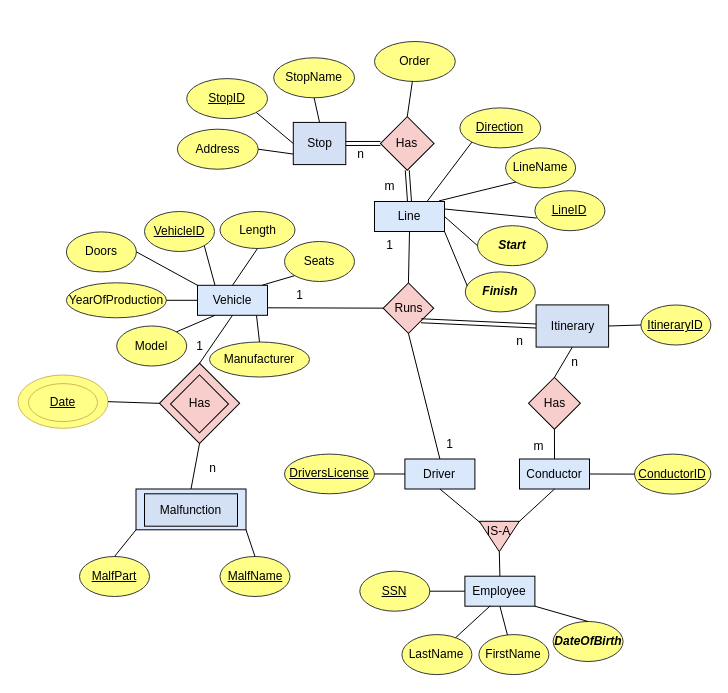
Earlier version of the draw.io diagram Untitled Diagram.drawio (kotsos2000/kotsos2000). Source tidied: cells renumbered, new cells numbered last; positions are measured from the earlier drawing's top-left corner, leaving out a move shared by most shapes. Both pictures are drawn from the tidied source at 100%, with x=0, y=0 at pixel (18, 41).
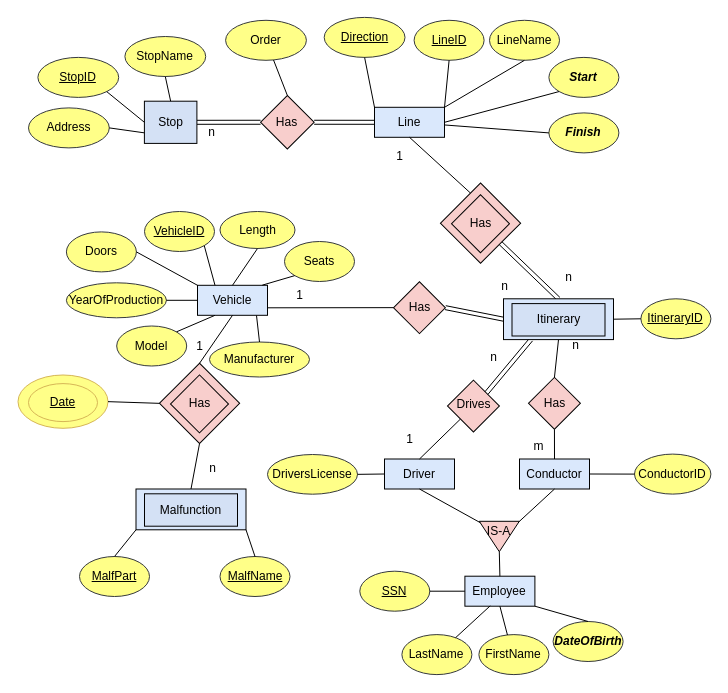
The same diagram, later.

Unchanged cells that the change refers to:
```xml
<mxCell id="5" value="&lt;div&gt;Vehicle&lt;/div&gt;" style="rounded=0;whiteSpace=wrap;html=1;fillColor=#dae8fc;strokeColor=default;" parent="1" vertex="1">
  <mxGeometry x="179" y="243.8" width="70" height="30" as="geometry" />
</mxCell>
<mxCell id="87" style="whiteSpace=wrap;html=1;fillColor=#f8cecc;rotation=45;strokeColor=default;" parent="1" vertex="1">
  <mxGeometry x="517.6" y="343.5" width="36.7" height="36.7" as="geometry" />
</mxCell>
```

What changed in the source:
```diff
@@
     <mxCell id="6" value="&lt;div&gt;Driver&lt;/div&gt;" style="rounded=0;whiteSpace=wrap;html=1;fillColor=#dae8fc;strokeColor=default;" parent="1" vertex="1">
-      <mxGeometry x="386.4" y="417.5" width="70" height="30" as="geometry" />
+      <mxGeometry x="366" y="417.5" width="70" height="30" as="geometry" />
     </mxCell>
     <mxCell id="7" value="&lt;div&gt;Line&lt;/div&gt;" style="rounded=0;whiteSpace=wrap;html=1;fillColor=#dae8fc;strokeColor=default;" parent="1" vertex="1">
-      <mxGeometry x="356" y="160" width="70" height="30" as="geometry" />
+      <mxGeometry x="356" y="65.8" width="70" height="30" as="geometry" />
     </mxCell>
@@
     <mxCell id="9" value="n" style="text;html=1;align=center;verticalAlign=middle;strokeColor=none;fillColor=none;" parent="1" vertex="1">
-      <mxGeometry x="327.2" y="97.7" width="30" height="30" as="geometry" />
+      <mxGeometry x="178.4" y="76.4" width="30" height="30" as="geometry" />
     </mxCell>
-    <mxCell id="10" value="m" style="text;html=1;align=center;verticalAlign=middle;strokeColor=none;fillColor=none;" parent="1" vertex="1">
-      <mxGeometry x="356.4" y="130" width="30" height="30" as="geometry" />
-    </mxCell>
-    <mxCell id="11" value="Itinerary" style="rounded=0;whiteSpace=wrap;html=1;fillColor=#D4E1F5;" parent="1" vertex="1">
-      <mxGeometry x="517.6" y="263.4" width="72.5" height="42.2" as="geometry" />
-    </mxCell>
@@
     <mxCell id="13" value="Stop" style="rounded=0;whiteSpace=wrap;html=1;fillColor=#D4E1F5;" parent="1" vertex="1">
-      <mxGeometry x="274.8" y="80.9" width="52.5" height="42.2" as="geometry" />
+      <mxGeometry x="125.9" y="59.7" width="52.5" height="42.2" as="geometry" />
     </mxCell>
-    <mxCell id="14" style="whiteSpace=wrap;html=1;fillColor=#f8cecc;rotation=45;strokeColor=default;" parent="1" vertex="1">
-      <mxGeometry x="372.1" y="248.8" width="35.7" height="35.7" as="geometry" />
-    </mxCell>
-    <mxCell id="15" value="Runs" style="text;html=1;align=center;verticalAlign=middle;strokeColor=none;fillColor=none;" parent="1" vertex="1">
-      <mxGeometry x="365" y="251.6" width="50" height="30" as="geometry" />
-    </mxCell>
     <mxCell id="16" style="whiteSpace=wrap;html=1;fillColor=#f8cecc;rotation=45;strokeColor=default;" parent="1" vertex="1">
-      <mxGeometry x="369.8" y="83" width="37.9" height="37.9" as="geometry" />
+      <mxGeometry x="249.9" y="61.8" width="37.9" height="37.9" as="geometry" />
     </mxCell>
     <mxCell id="17" value="Has" style="text;html=1;align=center;verticalAlign=middle;strokeColor=none;fillColor=none;" parent="1" vertex="1">
-      <mxGeometry x="367.8" y="87" width="40" height="30" as="geometry" />
+      <mxGeometry x="247.9" y="65.8" width="40" height="30" as="geometry" />
     </mxCell>
@@
     <mxCell id="36" value="&lt;u&gt;LineID&lt;/u&gt;" style="ellipse;whiteSpace=wrap;html=1;fillColor=#ffff88;strokeColor=#36393d;" parent="1" vertex="1">
-      <mxGeometry x="516.4" y="149.2" width="70" height="40" as="geometry" />
+      <mxGeometry x="395.6" y="-21.2" width="70" height="40" as="geometry" />
     </mxCell>
-    <mxCell id="37" style="endArrow=none;html=1;rounded=0;exitX=0.025;exitY=0.683;exitDx=0;exitDy=0;exitPerimeter=0;entryX=1;entryY=0.25;entryDx=0;entryDy=0;" parent="1" edge="1" source="36" target="7">
+    <mxCell id="37" style="endArrow=none;html=1;rounded=0;exitX=0.5;exitY=1;exitDx=0;exitDy=0;entryX=1;entryY=0;entryDx=0;entryDy=0;" parent="1" edge="1" source="36" target="7">
       <mxGeometry relative="1" as="geometry" />
     </mxCell>
     <mxCell id="38" value="&lt;i&gt;&lt;b&gt;Start&lt;/b&gt;&lt;/i&gt;" style="ellipse;whiteSpace=wrap;html=1;fillColor=#ffff88;strokeColor=#36393d;" parent="1" vertex="1">
-      <mxGeometry x="459" y="184.2" width="70" height="40" as="geometry" />
+      <mxGeometry x="530.4" y="15.9" width="70" height="40" as="geometry" />
     </mxCell>
-    <mxCell id="39" style="endArrow=none;html=1;rounded=0;exitX=1;exitY=0.5;exitDx=0;exitDy=0;entryX=0;entryY=0.5;entryDx=0;entryDy=0;" parent="1" edge="1" source="7" target="38">
+    <mxCell id="39" style="endArrow=none;html=1;rounded=0;exitX=1;exitY=0.5;exitDx=0;exitDy=0;entryX=0;entryY=1;entryDx=0;entryDy=0;" parent="1" edge="1" source="7" target="38">
       <mxGeometry relative="1" as="geometry" />
     </mxCell>
     <mxCell id="40" value="&lt;i&gt;&lt;b&gt;Finish&lt;/b&gt;&lt;/i&gt;" style="ellipse;whiteSpace=wrap;html=1;fillColor=#ffff88;strokeColor=#36393d;" parent="1" vertex="1">
-      <mxGeometry x="446.8" y="230.4" width="70" height="40" as="geometry" />
+      <mxGeometry x="530.4" y="71.4" width="70" height="40" as="geometry" />
     </mxCell>
-    <mxCell id="41" style="endArrow=none;html=1;rounded=0;exitX=1;exitY=1;exitDx=0;exitDy=0;entryX=0.028;entryY=0.352;entryDx=0;entryDy=0;entryPerimeter=0;" parent="1" edge="1" source="7" target="40">
+    <mxCell id="41" style="endArrow=none;html=1;rounded=0;entryX=0;entryY=0.5;entryDx=0;entryDy=0;" parent="1" edge="1" source="7" target="40">
       <mxGeometry relative="1" as="geometry" />
     </mxCell>
     <mxCell id="42" value="Address" style="ellipse;whiteSpace=wrap;html=1;fillColor=#ffff88;strokeColor=#36393d;" parent="1" vertex="1">
-      <mxGeometry x="158.9" y="87.7" width="80.8" height="40" as="geometry" />
+      <mxGeometry x="10" y="66.4" width="80.8" height="40" as="geometry" />
     </mxCell>
@@
     <mxCell id="44" value="StopName" style="ellipse;whiteSpace=wrap;html=1;fillColor=#ffff88;strokeColor=#36393d;" parent="1" vertex="1">
-      <mxGeometry x="255.2" y="16.3" width="80.8" height="40" as="geometry" />
+      <mxGeometry x="106.4" y="-5" width="80.8" height="40" as="geometry" />
     </mxCell>
@@
     <mxCell id="46" value="LineName" style="ellipse;whiteSpace=wrap;html=1;fillColor=#ffff88;strokeColor=#36393d;" parent="1" vertex="1">
-      <mxGeometry x="487.1" y="106.4" width="70" height="40" as="geometry" />
+      <mxGeometry x="471" y="-21.2" width="70" height="40" as="geometry" />
     </mxCell>
-    <mxCell id="47" style="endArrow=none;html=1;rounded=0;exitX=0.922;exitY=-0.02;exitDx=0;exitDy=0;entryX=0;entryY=1;entryDx=0;entryDy=0;exitPerimeter=0;" parent="1" edge="1" source="7" target="46">
+    <mxCell id="47" style="endArrow=none;html=1;rounded=0;exitX=1;exitY=0;exitDx=0;exitDy=0;entryX=0.5;entryY=1;entryDx=0;entryDy=0;" parent="1" edge="1" source="7" target="46">
       <mxGeometry relative="1" as="geometry" />
     </mxCell>
-    <mxCell id="48" value="1" style="text;html=1;align=center;verticalAlign=middle;strokeColor=none;fillColor=none;" parent="1" vertex="1">
-      <mxGeometry x="356" y="189.2" width="30" height="30" as="geometry" />
-    </mxCell>
-    <mxCell id="49" value="1" style="text;html=1;align=center;verticalAlign=middle;strokeColor=none;fillColor=none;" parent="1" vertex="1">
-      <mxGeometry x="416.4" y="387.5" width="30" height="30" as="geometry" />
-    </mxCell>
@@
     <mxCell id="52" value="&lt;u&gt;StopID&lt;/u&gt;" style="ellipse;whiteSpace=wrap;html=1;fillColor=#ffff88;strokeColor=#36393d;" parent="1" vertex="1">
-      <mxGeometry x="168.2" y="37.1" width="80.8" height="40" as="geometry" />
+      <mxGeometry x="19.4" y="15.9" width="80.8" height="40" as="geometry" />
     </mxCell>
@@
     <mxCell id="54" value="&lt;u&gt;Direction&lt;/u&gt;" style="ellipse;whiteSpace=wrap;html=1;fillColor=#ffff88;strokeColor=#36393d;" parent="1" vertex="1">
-      <mxGeometry x="441.4" y="66.4" width="80.8" height="40" as="geometry" />
+      <mxGeometry x="305.7" y="-24.1" width="80.8" height="40" as="geometry" />
     </mxCell>
-    <mxCell id="55" style="endArrow=none;html=1;rounded=0;exitX=0;exitY=1;exitDx=0;exitDy=0;entryX=0.75;entryY=0;entryDx=0;entryDy=0;" parent="1" edge="1" source="54" target="7">
+    <mxCell id="55" style="endArrow=none;html=1;rounded=0;exitX=0.5;exitY=1;exitDx=0;exitDy=0;entryX=0;entryY=0;entryDx=0;entryDy=0;" parent="1" edge="1" source="54" target="7">
       <mxGeometry relative="1" as="geometry" />
     </mxCell>
     <mxCell id="56" value="Order" style="ellipse;whiteSpace=wrap;html=1;fillColor=#ffff88;strokeColor=#36393d;" parent="1" vertex="1">
-      <mxGeometry x="356" width="80.8" height="40" as="geometry" />
+      <mxGeometry x="207.1" y="-21.2" width="80.8" height="40" as="geometry" />
     </mxCell>
@@
-    <mxCell id="58" style="endArrow=none;html=1;rounded=0;exitX=1;exitY=0.75;exitDx=0;exitDy=0;entryX=0;entryY=1;entryDx=0;entryDy=0;" parent="1" edge="1" source="5" target="14">
+    <mxCell id="58" style="endArrow=none;html=1;rounded=0;exitX=1;exitY=0.75;exitDx=0;exitDy=0;entryX=0;entryY=1;entryDx=0;entryDy=0;" parent="1" edge="1" source="5" target="103">
       <mxGeometry relative="1" as="geometry" />
     </mxCell>
-    <mxCell id="59" style="endArrow=none;html=1;rounded=0;exitX=0.5;exitY=0;exitDx=0;exitDy=0;entryX=1;entryY=1;entryDx=0;entryDy=0;" parent="1" edge="1" source="6" target="14">
+    <mxCell id="59" style="endArrow=none;html=1;rounded=0;exitX=0.5;exitY=0;exitDx=0;exitDy=0;entryX=0.5;entryY=1;entryDx=0;entryDy=0;" parent="1" edge="1" source="6" target="98">
       <mxGeometry relative="1" as="geometry" />
     </mxCell>
@@
-    <mxCell id="61" style="shape=link;html=1;rounded=0;exitX=0.5;exitY=0;exitDx=0;exitDy=0;entryX=1;entryY=1;entryDx=0;entryDy=0;" parent="1" edge="1" source="7" target="16">
+    <mxCell id="61" style="shape=link;html=1;rounded=0;entryX=1;entryY=0;entryDx=0;entryDy=0;exitX=0;exitY=0.5;exitDx=0;exitDy=0;" parent="1" edge="1" source="7" target="16">
       <mxGeometry relative="1" as="geometry" />
     </mxCell>
@@
-    <mxCell id="63" style="shape=link;html=1;rounded=0;exitX=0;exitY=0.5;exitDx=0;exitDy=0;entryX=1;entryY=0.5;entryDx=0;entryDy=0;" parent="1" edge="1" source="11" target="14">
-      <mxGeometry relative="1" as="geometry" />
-    </mxCell>
     <mxCell id="64" value="&lt;u&gt;ItineraryID&lt;/u&gt;" style="ellipse;whiteSpace=wrap;html=1;fillColor=#ffff88;strokeColor=#36393d;" parent="1" vertex="1">
-      <mxGeometry x="622.4" y="263.5" width="70" height="40" as="geometry" />
+      <mxGeometry x="622.4" y="257.3" width="70" height="40" as="geometry" />
     </mxCell>
@@
     <mxCell id="67" value="n" style="text;html=1;align=center;verticalAlign=middle;strokeColor=none;fillColor=none;" parent="1" vertex="1">
-      <mxGeometry x="541" y="305.6" width="30" height="30" as="geometry" />
+      <mxGeometry x="542.2" y="289.4" width="30" height="30" as="geometry" />
     </mxCell>
@@
-    <mxCell id="83" value="&lt;u&gt;DriversLicense&lt;/u&gt;" style="ellipse;whiteSpace=wrap;html=1;fillColor=#ffff88;strokeColor=#36393d;" parent="1" vertex="1">
-      <mxGeometry x="266" y="412.6" width="90" height="39.7" as="geometry" />
+    <mxCell id="83" value="DriversLicense" style="ellipse;whiteSpace=wrap;html=1;fillColor=#ffff88;strokeColor=#36393d;" parent="1" vertex="1">
+      <mxGeometry x="249" y="413" width="90" height="39.7" as="geometry" />
     </mxCell>
@@
-    <mxCell id="85" value="&lt;u&gt;ConductorID&lt;/u&gt;" style="ellipse;whiteSpace=wrap;html=1;fillColor=#ffff88;strokeColor=#36393d;" parent="1" vertex="1">
+    <mxCell id="85" value="ConductorID" style="ellipse;whiteSpace=wrap;html=1;fillColor=#ffff88;strokeColor=#36393d;" parent="1" vertex="1">
       <mxGeometry x="616" y="412.6" width="76.4" height="40" as="geometry" />
     </mxCell>
@@
-    <mxCell id="90" style="endArrow=none;html=1;rounded=0;entryX=0.5;entryY=1;entryDx=0;entryDy=0;exitX=0;exitY=0;exitDx=0;exitDy=0;" parent="1" edge="1" source="87" target="11">
+    <mxCell id="90" style="endArrow=none;html=1;rounded=0;exitX=0;exitY=0;exitDx=0;exitDy=0;entryX=0.5;entryY=1;entryDx=0;entryDy=0;" parent="1" edge="1" source="87" target="111">
       <mxGeometry relative="1" as="geometry" />
     </mxCell>
@@
-    <mxCell id="92" value="n" style="text;html=1;align=center;verticalAlign=middle;strokeColor=none;fillColor=none;" parent="1" vertex="1">
-      <mxGeometry x="486" y="284.5" width="30" height="30" as="geometry" />
-    </mxCell>
-    <mxCell id="93" style="endArrow=none;html=1;rounded=0;exitX=0.5;exitY=1;exitDx=0;exitDy=0;entryX=0;entryY=0;entryDx=0;entryDy=0;" parent="1" edge="1" source="7" target="14">
+    <mxCell id="93" style="endArrow=none;html=1;rounded=0;exitX=0.5;exitY=1;exitDx=0;exitDy=0;entryX=0;entryY=0.25;entryDx=0;entryDy=0;" parent="1" edge="1" source="7" target="107">
       <mxGeometry relative="1" as="geometry" />
     </mxCell>
-    <mxCell id="94" style="endArrow=none;html=1;rounded=0;entryX=1;entryY=0.5;entryDx=0;entryDy=0;exitX=0;exitY=0.5;exitDx=0;exitDy=0;" parent="1" edge="1" source="64" target="11">
-      <mxGeometry relative="1" as="geometry" />
-    </mxCell>
@@
+    <mxCell id="98" style="whiteSpace=wrap;html=1;fillColor=#f8cecc;rotation=45;strokeColor=default;" parent="1" vertex="1">
+      <mxGeometry x="436.6" y="346.2" width="36.7" height="36.7" as="geometry" />
+    </mxCell>
+    <mxCell id="99" value="Drives" style="text;html=1;align=center;verticalAlign=middle;strokeColor=none;fillColor=none;" parent="1" vertex="1">
+      <mxGeometry x="425" y="347.5" width="60" height="30" as="geometry" />
+    </mxCell>
+    <mxCell id="100" value="1" style="text;html=1;align=center;verticalAlign=middle;strokeColor=none;fillColor=none;" parent="1" vertex="1">
+      <mxGeometry x="376" y="383" width="30" height="30" as="geometry" />
+    </mxCell>
+    <mxCell id="101" value="n" style="text;html=1;align=center;verticalAlign=middle;strokeColor=none;fillColor=none;" parent="1" vertex="1">
+      <mxGeometry x="460.4" y="300.6" width="30" height="30" as="geometry" />
+    </mxCell>
+    <mxCell id="102" style="shape=link;html=1;rounded=0;exitX=0.5;exitY=0;exitDx=0;exitDy=0;entryX=0.25;entryY=1;entryDx=0;entryDy=0;" parent="1" edge="1" source="98" target="111">
+      <mxGeometry relative="1" as="geometry" />
+    </mxCell>
+    <mxCell id="103" style="whiteSpace=wrap;html=1;fillColor=#f8cecc;rotation=45;strokeColor=default;" parent="1" vertex="1">
+      <mxGeometry x="382.6" y="247.8" width="36.7" height="36.7" as="geometry" />
+    </mxCell>
+    <mxCell id="104" value="Has" style="text;html=1;align=center;verticalAlign=middle;strokeColor=none;fillColor=none;" parent="1" vertex="1">
+      <mxGeometry x="381" y="251.1" width="40" height="30" as="geometry" />
+    </mxCell>
+    <mxCell id="105" value="n" style="text;html=1;align=center;verticalAlign=middle;strokeColor=none;fillColor=none;" parent="1" vertex="1">
+      <mxGeometry x="471" y="230.4" width="30" height="30" as="geometry" />
+    </mxCell>
+    <mxCell id="106" style="shape=link;html=1;rounded=0;exitX=1;exitY=0;exitDx=0;exitDy=0;entryX=0;entryY=0.5;entryDx=0;entryDy=0;" parent="1" edge="1" source="103" target="111">
+      <mxGeometry relative="1" as="geometry" />
+    </mxCell>
+    <mxCell id="107" style="whiteSpace=wrap;html=1;fillColor=#f8cecc;rotation=45;strokeColor=default;" parent="1" vertex="1">
+      <mxGeometry x="433.7" y="153.3" width="56.7" height="56.7" as="geometry" />
+    </mxCell>
+    <mxCell id="108" style="whiteSpace=wrap;html=1;fillColor=#f8cecc;rotation=45;strokeColor=default;" parent="1" vertex="1">
+      <mxGeometry x="441.5" y="161.8" width="41" height="41" as="geometry" />
+    </mxCell>
+    <mxCell id="109" value="Has" style="text;html=1;align=center;verticalAlign=middle;strokeColor=none;fillColor=none;" parent="1" vertex="1">
+      <mxGeometry x="441.5" y="166.7" width="40" height="30" as="geometry" />
+    </mxCell>
+    <mxCell id="110" style="shape=link;html=1;rounded=0;exitX=1;exitY=0.5;exitDx=0;exitDy=0;entryX=0.5;entryY=0;entryDx=0;entryDy=0;" parent="1" edge="1" source="107" target="111">
+      <mxGeometry relative="1" as="geometry" />
+    </mxCell>
+    <mxCell id="111" style="rounded=0;whiteSpace=wrap;html=1;fillColor=#dae8fc;strokeColor=default;" parent="1" vertex="1">
+      <mxGeometry x="485" y="257.3" width="110" height="40.8" as="geometry" />
+    </mxCell>
+    <mxCell id="11" value="Itinerary" style="rounded=0;whiteSpace=wrap;html=1;fillColor=#D4E1F5;" parent="1" vertex="1">
+      <mxGeometry x="493.5" y="262.1" width="93" height="32.4" as="geometry" />
+    </mxCell>
+    <mxCell id="112" value="1" style="text;html=1;align=center;verticalAlign=middle;strokeColor=none;fillColor=none;" parent="1" vertex="1">
+      <mxGeometry x="365.6" y="99.7" width="30" height="30" as="geometry" />
+    </mxCell>
+    <mxCell id="113" value="n" style="text;html=1;align=center;verticalAlign=middle;strokeColor=none;fillColor=none;" parent="1" vertex="1">
+      <mxGeometry x="534.6" y="221.1" width="30" height="30" as="geometry" />
+    </mxCell>
+    <mxCell id="114" style="endArrow=none;html=1;rounded=0;exitX=1;exitY=0.5;exitDx=0;exitDy=0;entryX=0;entryY=0.5;entryDx=0;entryDy=0;" parent="1" edge="1" source="111" target="64">
+      <mxGeometry relative="1" as="geometry" />
+    </mxCell>
```
